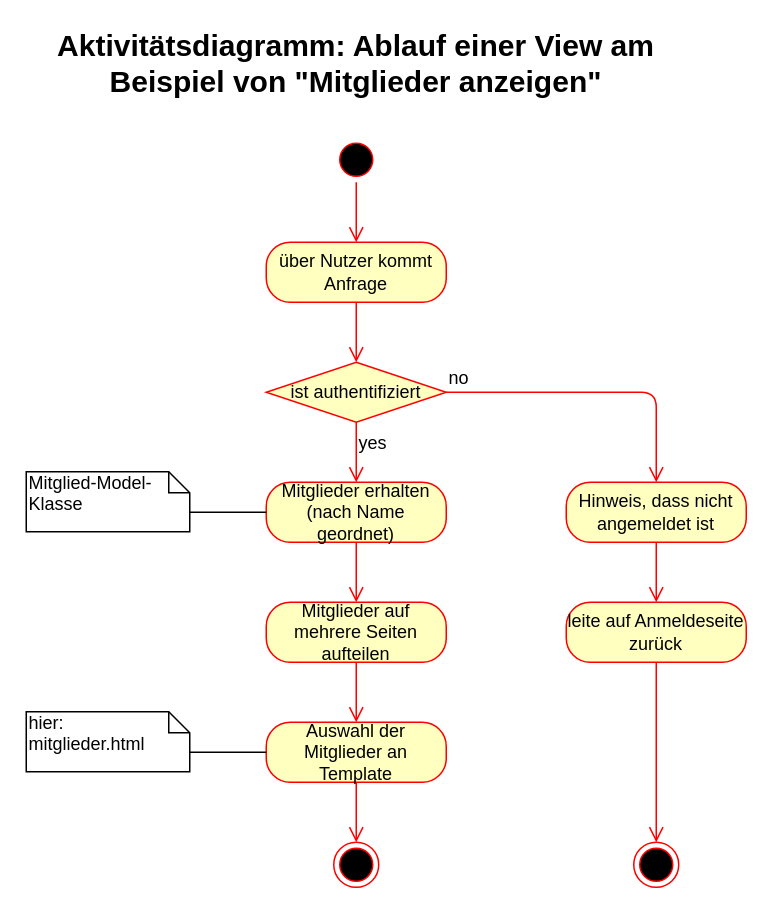
mribrgr/StuRa-Mitgliederdatenbank keeps this draw.io diagram as page "View Bsp." (6 of 10) of docs/anforderung/files/svg/diagrams_master.drawio. Above is the earlier version. Source tidied: cells renumbered, new cells numbered last; positions are measured from the earlier drawing's top-left corner, leaving out a move shared by most shapes. Both pictures are drawn from the tidied source at 150%, with x=0, y=0 at pixel (26, 46).
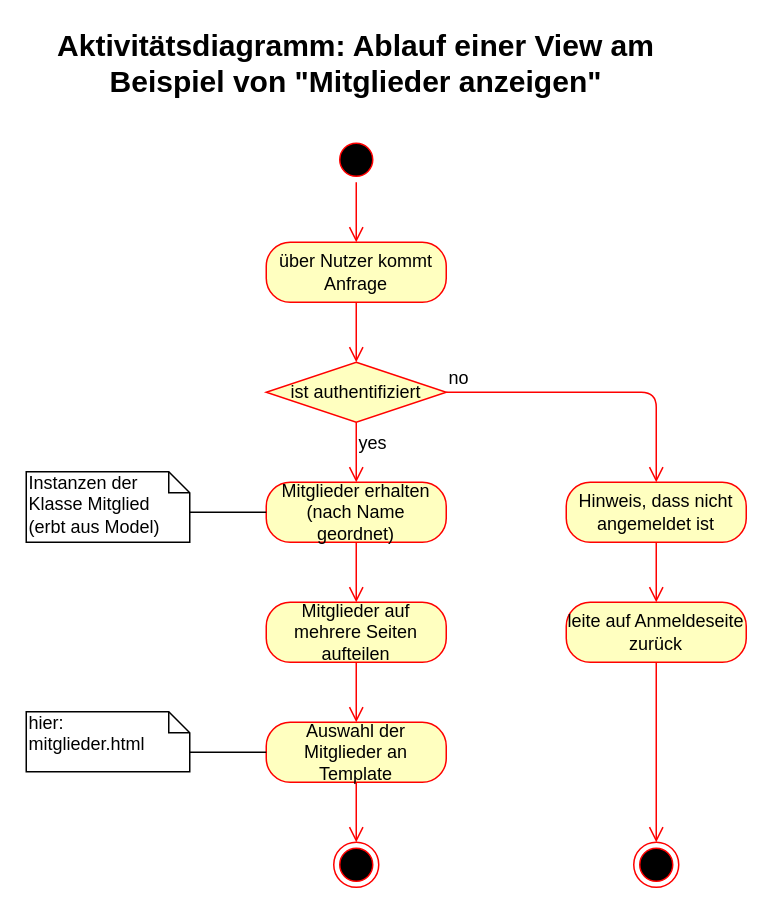
After the change.

The edit, as a diff of the source:
```diff
@@
-    <mxCell id="22" value="Mitglied-Model-&lt;br&gt;Klasse" style="shape=note;whiteSpace=wrap;html=1;size=14;verticalAlign=top;align=left;spacingTop=-6;fillColor=#FFFFFF;fontSize=12;" parent="1" vertex="1">
-      <mxGeometry y="283" width="109" height="40" as="geometry" />
+    <mxCell id="22" value="Instanzen der Klasse Mitglied (erbt aus Model)" style="shape=note;whiteSpace=wrap;html=1;size=14;verticalAlign=top;align=left;spacingTop=-6;fillColor=#FFFFFF;fontSize=12;" parent="1" vertex="1">
+      <mxGeometry y="283" width="109" height="47" as="geometry" />
     </mxCell>
```
